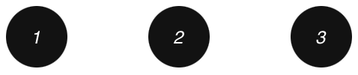
This is docs/_static/assets/linear-session.png from project-vajra/veeksha, a draw.io export, as it was before one commit. Source tidied: cells renumbered, new cells last; positions are measured from the earlier drawing's top-left corner, leaving out a move shared by most shapes. The source it was exported from:
```xml
<mxGraphModel>
  <root>
    <mxCell id="0" />
    <mxCell id="1" parent="0" />
    <mxCell id="2" style="edgeStyle=orthogonalEdgeStyle;rounded=0;jettySize=auto;html=1;strokeWidth=1;shape=flexArrow;width=4;startWidth=3;endWidth=4;arcSize=3;startSize=3;endSize=3;" parent="1" edge="1" source="3" target="5">
      <mxGeometry relative="1" as="geometry" />
    </mxCell>
    <mxCell id="3" value="&lt;i&gt;1&lt;/i&gt;" style="ellipse;whiteSpace=wrap;html=1;" parent="1" vertex="1">
      <mxGeometry width="42" height="42" as="geometry" />
    </mxCell>
    <mxCell id="4" style="edgeStyle=orthogonalEdgeStyle;rounded=0;jettySize=auto;html=1;strokeWidth=1;shape=flexArrow;width=4;startWidth=3;endWidth=4;arcSize=3;startSize=3;endSize=3;" parent="1" edge="1" source="5" target="6">
      <mxGeometry relative="1" as="geometry" />
    </mxCell>
    <mxCell id="5" value="&lt;i&gt;2&lt;/i&gt;" style="ellipse;whiteSpace=wrap;html=1;" parent="1" vertex="1">
      <mxGeometry x="95" width="42" height="42" as="geometry" />
    </mxCell>
    <mxCell id="6" value="&lt;i&gt;3&lt;/i&gt;" style="ellipse;whiteSpace=wrap;html=1;" parent="1" vertex="1">
      <mxGeometry x="190" width="42" height="42" as="geometry" />
    </mxCell>
  </root>
</mxGraphModel>
```
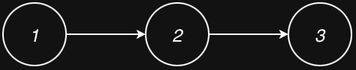
The same file after the commit.

What changed in the source:
```diff
@@ -2,13 +2,13 @@
   <root>
     <mxCell id="0" />
     <mxCell id="1" parent="0" />
-    <mxCell id="2" style="edgeStyle=orthogonalEdgeStyle;rounded=0;jettySize=auto;html=1;strokeWidth=1;shape=flexArrow;width=4;startWidth=3;endWidth=4;arcSize=3;startSize=3;endSize=3;" parent="1" edge="1" source="3" target="5">
+    <mxCell id="2" style="edgeStyle=orthogonalEdgeStyle;rounded=0;jettySize=auto;html=1;strokeWidth=1;startWidth=3;endWidth=4;arcSize=3;endSize=3;startSize=3;" parent="1" edge="1" source="3" target="5">
       <mxGeometry relative="1" as="geometry" />
     </mxCell>
     <mxCell id="3" value="&lt;i&gt;1&lt;/i&gt;" style="ellipse;whiteSpace=wrap;html=1;" parent="1" vertex="1">
       <mxGeometry width="42" height="42" as="geometry" />
     </mxCell>
-    <mxCell id="4" style="edgeStyle=orthogonalEdgeStyle;rounded=0;jettySize=auto;html=1;strokeWidth=1;shape=flexArrow;width=4;startWidth=3;endWidth=4;arcSize=3;startSize=3;endSize=3;" parent="1" edge="1" source="5" target="6">
+    <mxCell id="4" style="edgeStyle=orthogonalEdgeStyle;rounded=0;jettySize=auto;html=1;strokeWidth=1;startWidth=3;endWidth=4;arcSize=3;endSize=3;startSize=3;" parent="1" edge="1" source="5" target="6">
       <mxGeometry relative="1" as="geometry" />
     </mxCell>
     <mxCell id="5" value="&lt;i&gt;2&lt;/i&gt;" style="ellipse;whiteSpace=wrap;html=1;" parent="1" vertex="1">
```
